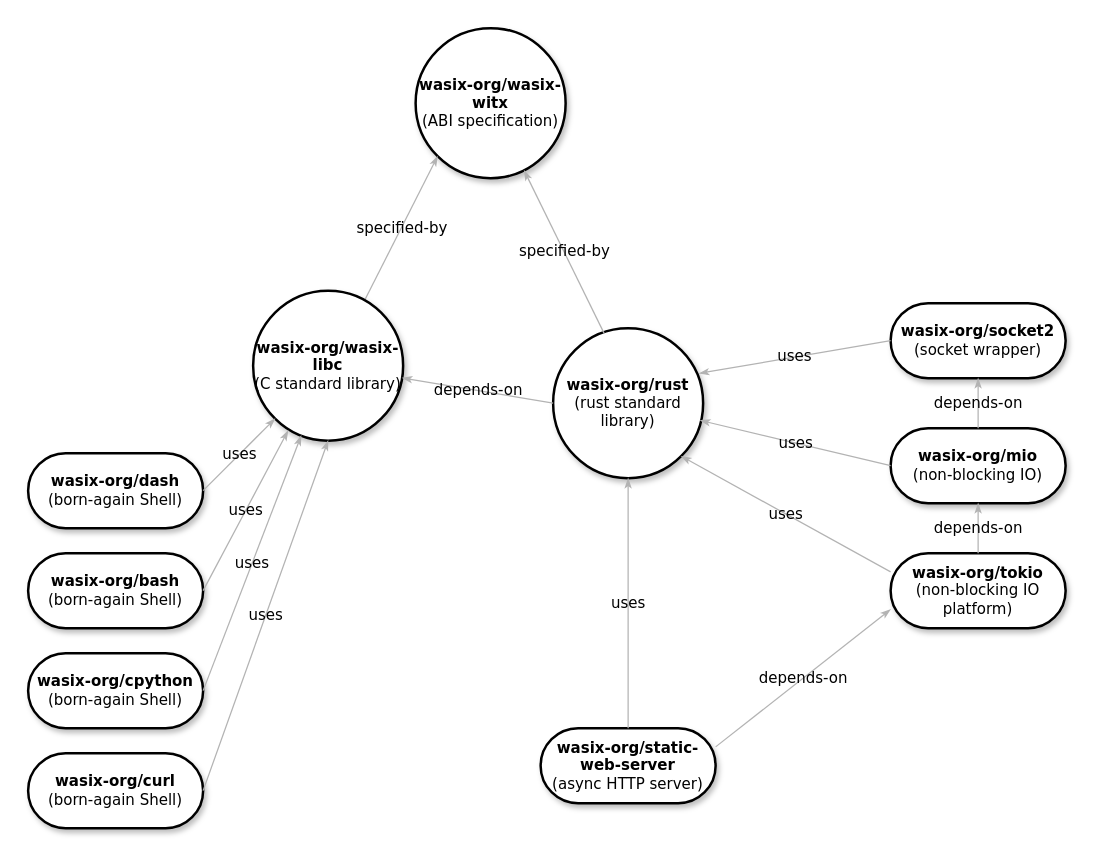
zebreus/wasix-witx keeps this draw.io diagram as dependencies.drawio. Above is the earlier version. Source tidied: cells renumbered, new cells numbered last; positions are measured from the earlier drawing's top-left corner, leaving out a move shared by most shapes. Both pictures are drawn from the tidied source at 125%, with x=0, y=0 at pixel (28, 28).
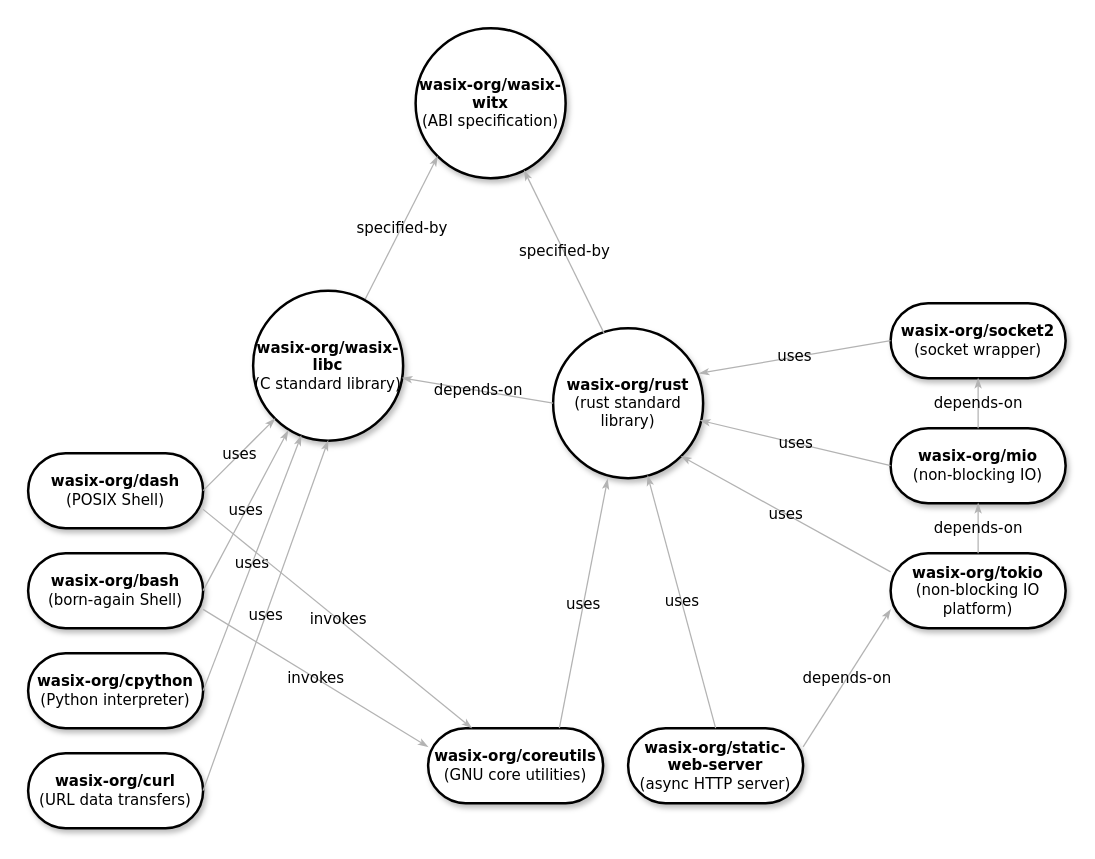
The same diagram, later.

Commit message:
updates to dependencies diagram

Unchanged cells that the change refers to:
```xml
<mxCell id="5" value="&lt;b&gt;wasix-org/rust&lt;/b&gt;&lt;br&gt;(rust standard library)" style="ellipse;whiteSpace=wrap;html=1;rounded=1;shadow=1;comic=0;labelBackgroundColor=none;strokeWidth=2;fontFamily=Verdana;fontSize=12;align=center;" parent="1" vertex="1">
  <mxGeometry x="420" y="240" width="120" height="120" as="geometry" />
</mxCell>
<mxCell id="19" value="&lt;b&gt;wasix-org/bash&lt;/b&gt;&lt;br&gt;(born-again Shell)" style="whiteSpace=wrap;html=1;rounded=1;shadow=1;comic=0;labelBackgroundColor=none;strokeWidth=2;fontFamily=Verdana;fontSize=12;align=center;arcSize=50;" parent="1" vertex="1">
  <mxGeometry y="420" width="140" height="60" as="geometry" />
</mxCell>
```

Change to the diagram source:
```diff
@@
     <mxCell id="16" value="&lt;b&gt;wasix-org/static-web-server&lt;/b&gt;&lt;br&gt;(async HTTP server)" style="whiteSpace=wrap;html=1;rounded=1;shadow=1;comic=0;labelBackgroundColor=none;strokeWidth=2;fontFamily=Verdana;fontSize=12;align=center;arcSize=50;" parent="1" vertex="1">
-      <mxGeometry x="410" y="560" width="140" height="60" as="geometry" />
+      <mxGeometry x="480" y="560" width="140" height="60" as="geometry" />
     </mxCell>
-    <mxCell id="17" value="uses" style="edgeStyle=none;rounded=1;html=1;labelBackgroundColor=none;startArrow=none;startFill=0;startSize=5;endArrow=classicThin;endFill=1;endSize=5;jettySize=auto;strokeColor=#B3B3B3;strokeWidth=1;fontFamily=Verdana;fontSize=12;exitX=0.5;exitY=0;exitDx=0;exitDy=0;entryX=0.5;entryY=1;entryDx=0;entryDy=0;" parent="1" edge="1" source="16" target="5">
+    <mxCell id="17" value="uses" style="edgeStyle=none;rounded=1;html=1;labelBackgroundColor=none;startArrow=none;startFill=0;startSize=5;endArrow=classicThin;endFill=1;endSize=5;jettySize=auto;strokeColor=#B3B3B3;strokeWidth=1;fontFamily=Verdana;fontSize=12;exitX=0.5;exitY=0;exitDx=0;exitDy=0;" parent="1" edge="1" source="16" target="5">
       <mxGeometry relative="1" as="geometry" />
     </mxCell>
@@
-    <mxCell id="20" value="&lt;b&gt;wasix-org/dash&lt;/b&gt;&lt;br&gt;(born-again Shell)" style="whiteSpace=wrap;html=1;rounded=1;shadow=1;comic=0;labelBackgroundColor=none;strokeWidth=2;fontFamily=Verdana;fontSize=12;align=center;arcSize=50;" parent="1" vertex="1">
+    <mxCell id="20" value="&lt;b&gt;wasix-org/dash&lt;/b&gt;&lt;br&gt;(POSIX Shell)" style="whiteSpace=wrap;html=1;rounded=1;shadow=1;comic=0;labelBackgroundColor=none;strokeWidth=2;fontFamily=Verdana;fontSize=12;align=center;arcSize=50;" parent="1" vertex="1">
       <mxGeometry y="340" width="140" height="60" as="geometry" />
     </mxCell>
-    <mxCell id="21" value="&lt;b&gt;wasix-org/cpython&lt;/b&gt;&lt;br&gt;(born-again Shell)" style="whiteSpace=wrap;html=1;rounded=1;shadow=1;comic=0;labelBackgroundColor=none;strokeWidth=2;fontFamily=Verdana;fontSize=12;align=center;arcSize=50;" parent="1" vertex="1">
+    <mxCell id="21" value="&lt;b&gt;wasix-org/cpython&lt;/b&gt;&lt;br&gt;(Python interpreter)" style="whiteSpace=wrap;html=1;rounded=1;shadow=1;comic=0;labelBackgroundColor=none;strokeWidth=2;fontFamily=Verdana;fontSize=12;align=center;arcSize=50;" parent="1" vertex="1">
       <mxGeometry y="500" width="140" height="60" as="geometry" />
     </mxCell>
-    <mxCell id="22" value="&lt;b&gt;wasix-org/curl&lt;/b&gt;&lt;br&gt;(born-again Shell)" style="whiteSpace=wrap;html=1;rounded=1;shadow=1;comic=0;labelBackgroundColor=none;strokeWidth=2;fontFamily=Verdana;fontSize=12;align=center;arcSize=50;" parent="1" vertex="1">
+    <mxCell id="22" value="&lt;b&gt;wasix-org/curl&lt;/b&gt;&lt;br&gt;(URL data transfers)" style="whiteSpace=wrap;html=1;rounded=1;shadow=1;comic=0;labelBackgroundColor=none;strokeWidth=2;fontFamily=Verdana;fontSize=12;align=center;arcSize=50;" parent="1" vertex="1">
       <mxGeometry y="580" width="140" height="60" as="geometry" />
     </mxCell>
@@
+    <mxCell id="27" value="&lt;b&gt;wasix-org/coreutils&lt;/b&gt;&lt;br&gt;(GNU core utilities)" style="whiteSpace=wrap;html=1;rounded=1;shadow=1;comic=0;labelBackgroundColor=none;strokeWidth=2;fontFamily=Verdana;fontSize=12;align=center;arcSize=50;" parent="1" vertex="1">
+      <mxGeometry x="320" y="560" width="140" height="60" as="geometry" />
+    </mxCell>
+    <mxCell id="28" value="uses" style="edgeStyle=none;rounded=1;html=1;labelBackgroundColor=none;startArrow=none;startFill=0;startSize=5;endArrow=classicThin;endFill=1;endSize=5;jettySize=auto;strokeColor=#B3B3B3;strokeWidth=1;fontFamily=Verdana;fontSize=12;exitX=0.75;exitY=0;exitDx=0;exitDy=0;entryX=0.363;entryY=1.007;entryDx=0;entryDy=0;entryPerimeter=0;" parent="1" edge="1" source="27" target="5">
+      <mxGeometry relative="1" as="geometry" />
+    </mxCell>
+    <mxCell id="29" value="invokes" style="edgeStyle=none;rounded=1;html=1;labelBackgroundColor=none;startArrow=none;startFill=0;startSize=5;endArrow=classicThin;endFill=1;endSize=5;jettySize=auto;strokeColor=#B3B3B3;strokeWidth=1;fontFamily=Verdana;fontSize=12;exitX=1;exitY=0.75;exitDx=0;exitDy=0;entryX=0;entryY=0.25;entryDx=0;entryDy=0;" parent="1" edge="1" source="19" target="27">
+      <mxGeometry relative="1" as="geometry" />
+    </mxCell>
+    <mxCell id="30" value="invokes" style="edgeStyle=none;rounded=1;html=1;labelBackgroundColor=none;startArrow=none;startFill=0;startSize=5;endArrow=classicThin;endFill=1;endSize=5;jettySize=auto;strokeColor=#B3B3B3;strokeWidth=1;fontFamily=Verdana;fontSize=12;exitX=1;exitY=0.75;exitDx=0;exitDy=0;entryX=0.25;entryY=0;entryDx=0;entryDy=0;" parent="1" edge="1" source="20" target="27">
+      <mxGeometry relative="1" as="geometry" />
+    </mxCell>
```
